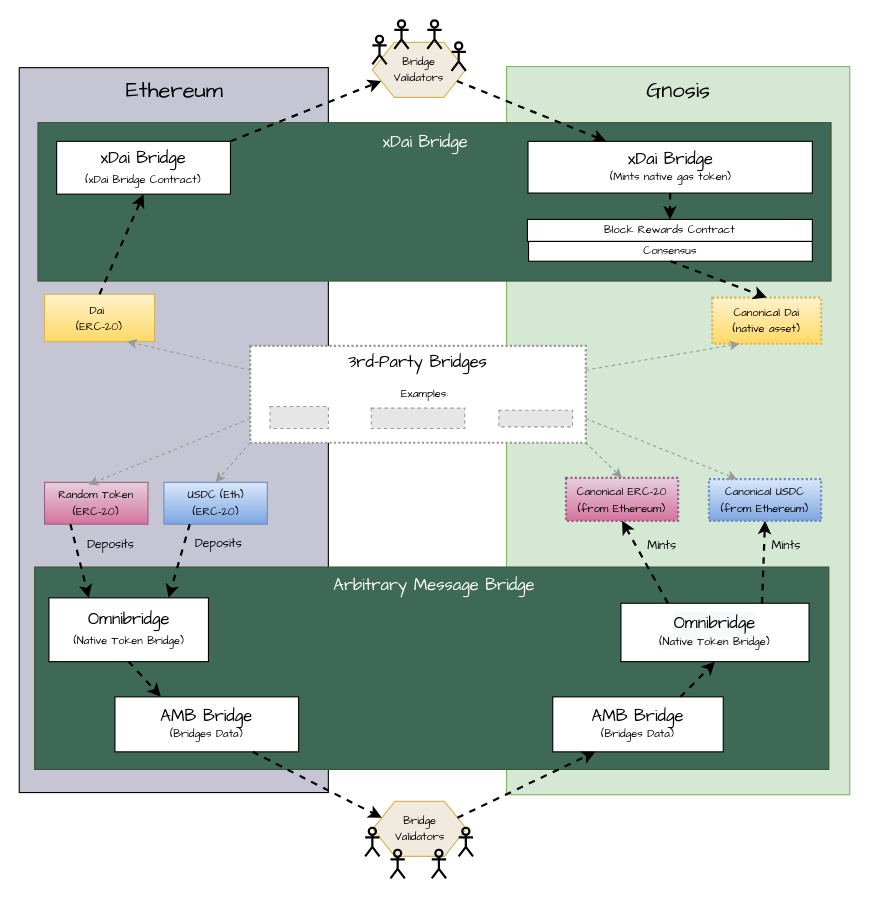
Before: static/img/bridges/diagrams/bridge-overview.drawio in gnosischain/documentation, a draw.io diagram. Source tidied: cells renumbered, new cells numbered last; positions are measured from the earlier drawing's top-left corner, leaving out a move shared by most shapes. Both pictures are drawn from the tidied source at 110%, with x=0, y=0 at pixel (19, 20). Pictures stored in the file or linked from it are replaced by grey dashed boxes.
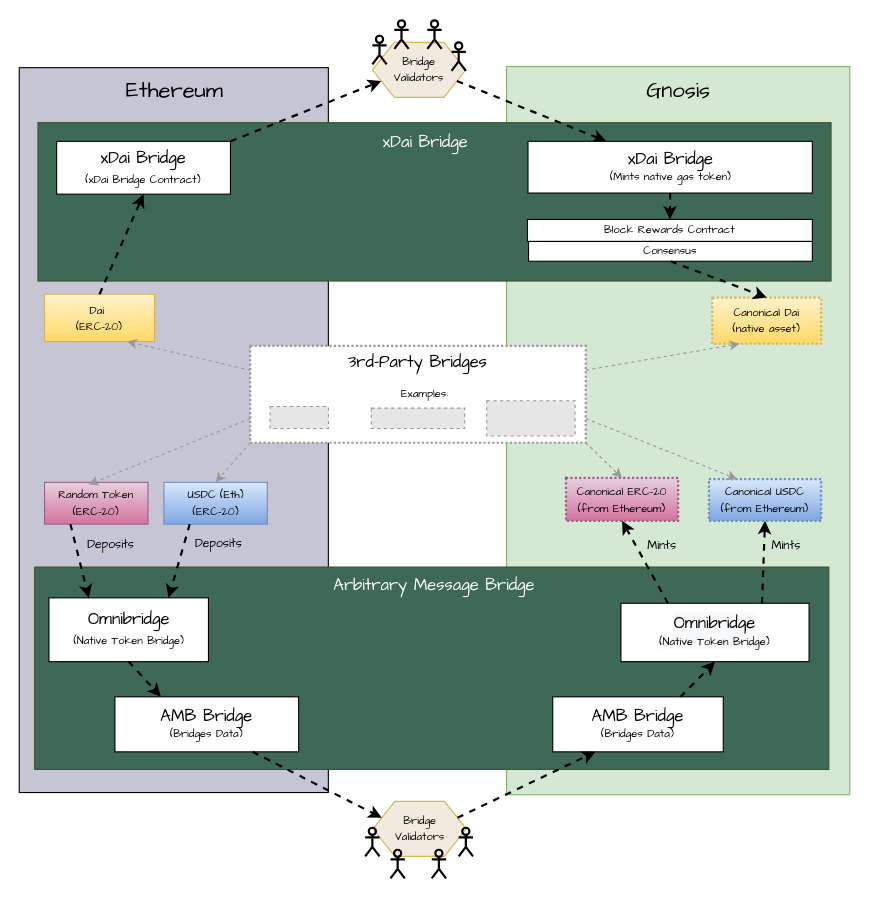
The same diagram, later.

Diff of the diagram source:
```diff
@@
-    <mxCell id="59" style="fillColor=#E6E6E6;strokeColor=#999999;dashed=1;verticalLabelPosition=bottom;labelBackgroundColor=#ffffff;verticalAlign=top;" parent="1" vertex="1">
-      <mxGeometry x="436" y="354.4" width="67" height="15.2" as="geometry" />
-    </mxCell>
@@
+    <mxCell id="61" style="fillColor=#E6E6E6;strokeColor=#999999;dashed=1;verticalLabelPosition=bottom;labelBackgroundColor=default;verticalAlign=top;" parent="1" vertex="1">
+      <mxGeometry x="425" y="345.8" width="80.3" height="32" as="geometry" />
+    </mxCell>
```
